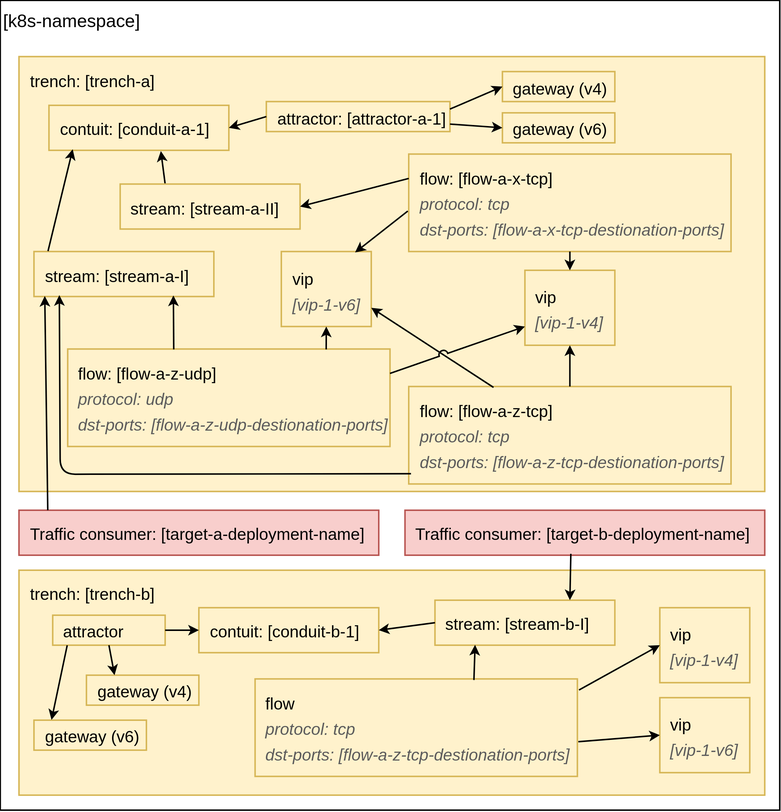
The draw.io diagram docs/resources/Initial-Deployment-E2E.svg in Nordix/Meridio, before a commit. Source tidied: cells renumbered, new cells last; positions are measured from the earlier drawing's top-left corner, leaving out a move shared by most shapes. Its diagram source:
```xml
<mxGraphModel>
  <root>
    <mxCell id="0" />
    <mxCell id="1" parent="0" />
    <mxCell id="2" value="[k8s-namespace]" style="rounded=0;whiteSpace=wrap;html=1;verticalAlign=top;align=left;" parent="1" vertex="1">
      <mxGeometry width="520" height="540" as="geometry" />
    </mxCell>
    <mxCell id="3" value="&lt;span style=&quot;font-size: 11px;&quot;&gt;Traffic consumer: [target-a-deployment-name]&amp;nbsp;&lt;/span&gt;" style="rounded=0;whiteSpace=wrap;html=1;labelBackgroundColor=none;fontSize=14;align=left;fillColor=#f8cecc;strokeColor=#b85450;verticalAlign=middle;spacingLeft=5;" parent="1" vertex="1">
      <mxGeometry x="12.5" y="340" width="240" height="30" as="geometry" />
    </mxCell>
    <mxCell id="4" value="&lt;span style=&quot;font-size: 11px;&quot;&gt;Traffic consumer: [target-b-deployment-name]&amp;nbsp;&lt;/span&gt;" style="rounded=0;whiteSpace=wrap;html=1;labelBackgroundColor=none;fontSize=14;align=left;fillColor=#f8cecc;strokeColor=#b85450;verticalAlign=middle;spacingLeft=5;" parent="1" vertex="1">
      <mxGeometry x="270" y="340" width="240" height="30" as="geometry" />
    </mxCell>
    <mxCell id="5" value="&lt;font style=&quot;font-size: 11px&quot;&gt;trench: [trench-b]&lt;br&gt;&lt;/font&gt;" style="rounded=0;whiteSpace=wrap;html=1;labelBackgroundColor=none;fontSize=14;align=left;fillColor=#fff2cc;strokeColor=#d6b656;verticalAlign=top;spacingLeft=5;" parent="1" vertex="1">
      <mxGeometry x="12.5" y="380" width="497.5" height="150" as="geometry" />
    </mxCell>
    <mxCell id="6" value="&lt;font style=&quot;font-size: 11px&quot;&gt;contuit: [conduit-b-1]&lt;br&gt;&lt;/font&gt;" style="rounded=0;whiteSpace=wrap;html=1;labelBackgroundColor=none;fontSize=14;align=left;fillColor=#fff2cc;strokeColor=#d6b656;verticalAlign=middle;spacingLeft=5;" parent="1" vertex="1">
      <mxGeometry x="132.5" y="405" width="120" height="30" as="geometry" />
    </mxCell>
    <mxCell id="7" value="&lt;font style=&quot;font-size: 11px&quot;&gt;stream: [stream-b-I]&lt;br&gt;&lt;/font&gt;" style="rounded=0;whiteSpace=wrap;html=1;labelBackgroundColor=none;fontSize=14;align=left;fillColor=#fff2cc;strokeColor=#d6b656;verticalAlign=middle;spacingLeft=5;" parent="1" vertex="1">
      <mxGeometry x="290" y="400" width="120" height="30" as="geometry" />
    </mxCell>
    <mxCell id="8" value="&lt;font style=&quot;font-size: 11px&quot;&gt;flow&lt;br&gt;&lt;i&gt;&lt;font color=&quot;#5c5c5c&quot;&gt;protocol: tcp&lt;br&gt;dst-ports: [flow-a-z-tcp-destionation-ports]&lt;/font&gt;&lt;/i&gt;&lt;br&gt;&lt;/font&gt;" style="rounded=0;whiteSpace=wrap;html=1;labelBackgroundColor=none;fontSize=14;align=left;fillColor=#fff2cc;strokeColor=#d6b656;verticalAlign=middle;spacingLeft=5;" parent="1" vertex="1">
      <mxGeometry x="170" y="452.5" width="215" height="65" as="geometry" />
    </mxCell>
    <mxCell id="9" value="&lt;font style=&quot;font-size: 11px&quot;&gt;vip&lt;br&gt;&lt;i&gt;&lt;font color=&quot;#5c5c5c&quot;&gt;[vip-1-v4]&lt;/font&gt;&lt;/i&gt;&lt;br&gt;&lt;/font&gt;" style="rounded=0;whiteSpace=wrap;html=1;labelBackgroundColor=none;fontSize=14;align=left;fillColor=#fff2cc;strokeColor=#d6b656;verticalAlign=middle;spacingLeft=5;" parent="1" vertex="1">
      <mxGeometry x="440" y="405" width="60" height="50" as="geometry" />
    </mxCell>
    <mxCell id="10" value="&lt;font style=&quot;font-size: 11px&quot;&gt;vip&lt;br&gt;&lt;i&gt;&lt;font color=&quot;#5c5c5c&quot;&gt;[vip-1-v6]&lt;/font&gt;&lt;/i&gt;&lt;br&gt;&lt;/font&gt;" style="rounded=0;whiteSpace=wrap;html=1;labelBackgroundColor=none;fontSize=14;align=left;fillColor=#fff2cc;strokeColor=#d6b656;verticalAlign=middle;spacingLeft=5;" parent="1" vertex="1">
      <mxGeometry x="440" y="465" width="60" height="50" as="geometry" />
    </mxCell>
    <mxCell id="11" style="endArrow=classic;html=1;rounded=0;endSize=4;jumpStyle=arc;entryX=1;entryY=0.5;entryDx=0;entryDy=0;exitX=0;exitY=0.5;exitDx=0;exitDy=0;fontSize=11;startSize=6;verticalAlign=middle;" parent="1" edge="1" source="7" target="6">
      <mxGeometry relative="1" as="geometry" />
    </mxCell>
    <mxCell id="12" style="endArrow=classic;html=1;rounded=0;endSize=4;jumpStyle=arc;exitX=0.679;exitY=0.011;exitDx=0;exitDy=0;fontSize=11;startSize=6;exitPerimeter=0;entryX=0.223;entryY=0.992;entryDx=0;entryDy=0;entryPerimeter=0;verticalAlign=middle;" parent="1" edge="1" source="8" target="7">
      <mxGeometry relative="1" as="geometry" />
    </mxCell>
    <mxCell id="13" style="endArrow=classic;html=1;rounded=0;endSize=4;jumpStyle=arc;exitX=1.005;exitY=0.114;exitDx=0;exitDy=0;fontSize=11;startSize=6;entryX=0;entryY=0.5;entryDx=0;entryDy=0;exitPerimeter=0;verticalAlign=middle;" parent="1" edge="1" source="8" target="9">
      <mxGeometry relative="1" as="geometry" />
    </mxCell>
    <mxCell id="14" style="endArrow=classic;html=1;rounded=0;endSize=4;jumpStyle=arc;exitX=1.003;exitY=0.644;exitDx=0;exitDy=0;fontSize=11;startSize=6;entryX=0;entryY=0.5;entryDx=0;entryDy=0;exitPerimeter=0;verticalAlign=middle;" parent="1" edge="1" source="8" target="10">
      <mxGeometry relative="1" as="geometry" />
    </mxCell>
    <mxCell id="15" value="&lt;font style=&quot;font-size: 11px&quot;&gt;gateway (v4)&lt;br&gt;&lt;/font&gt;" style="rounded=0;whiteSpace=wrap;html=1;labelBackgroundColor=none;fontSize=14;align=left;fillColor=#fff2cc;strokeColor=#d6b656;verticalAlign=middle;spacingLeft=5;" parent="1" vertex="1">
      <mxGeometry x="57.5" y="450" width="75" height="20" as="geometry" />
    </mxCell>
    <mxCell id="16" value="&lt;font style=&quot;font-size: 11px&quot;&gt;gateway (v6)&lt;br&gt;&lt;/font&gt;" style="rounded=0;whiteSpace=wrap;html=1;labelBackgroundColor=none;fontSize=14;align=left;fillColor=#fff2cc;strokeColor=#d6b656;verticalAlign=middle;spacingLeft=5;" parent="1" vertex="1">
      <mxGeometry x="22.5" y="480" width="75" height="20" as="geometry" />
    </mxCell>
    <mxCell id="17" value="&lt;font style=&quot;font-size: 11px&quot;&gt;attractor&lt;br&gt;&lt;/font&gt;" style="rounded=0;whiteSpace=wrap;html=1;labelBackgroundColor=none;fontSize=14;align=left;fillColor=#fff2cc;strokeColor=#d6b656;verticalAlign=middle;spacingLeft=5;" parent="1" vertex="1">
      <mxGeometry x="35" y="410" width="75" height="20" as="geometry" />
    </mxCell>
    <mxCell id="18" style="endArrow=classic;html=1;rounded=0;endSize=4;jumpStyle=arc;entryX=0;entryY=0.5;entryDx=0;entryDy=0;exitX=1;exitY=0.5;exitDx=0;exitDy=0;fontSize=11;startSize=6;verticalAlign=middle;" parent="1" edge="1" source="17" target="6">
      <mxGeometry relative="1" as="geometry" />
    </mxCell>
    <mxCell id="19" style="endArrow=classic;html=1;rounded=0;endSize=4;jumpStyle=arc;entryX=0.156;entryY=-0.009;entryDx=0;entryDy=0;exitX=0.129;exitY=1.003;exitDx=0;exitDy=0;fontSize=11;startSize=6;exitPerimeter=0;entryPerimeter=0;verticalAlign=middle;" parent="1" edge="1" source="17" target="16">
      <mxGeometry relative="1" as="geometry" />
    </mxCell>
    <mxCell id="20" style="endArrow=classic;html=1;rounded=0;endSize=4;jumpStyle=arc;entryX=0.25;entryY=0;entryDx=0;entryDy=0;exitX=0.5;exitY=1;exitDx=0;exitDy=0;fontSize=11;startSize=6;verticalAlign=middle;" parent="1" edge="1" source="17" target="15">
      <mxGeometry relative="1" as="geometry" />
    </mxCell>
    <mxCell id="21" style="endArrow=classic;html=1;rounded=0;endSize=4;jumpStyle=arc;exitX=0.461;exitY=0.969;exitDx=0;exitDy=0;fontSize=11;startSize=6;exitPerimeter=0;entryX=0.75;entryY=0;entryDx=0;entryDy=0;verticalAlign=middle;" parent="1" edge="1" source="4" target="7">
      <mxGeometry relative="1" as="geometry" />
    </mxCell>
    <mxCell id="22" value="&lt;font style=&quot;font-size: 11px&quot;&gt;trench: [trench-a]&lt;br&gt;&lt;/font&gt;" style="rounded=0;whiteSpace=wrap;html=1;labelBackgroundColor=none;fontSize=14;align=left;fillColor=#fff2cc;strokeColor=#d6b656;verticalAlign=top;spacingLeft=5;" parent="1" vertex="1">
      <mxGeometry x="12.5" y="37.5" width="497.5" height="290" as="geometry" />
    </mxCell>
    <mxCell id="23" value="&lt;font style=&quot;font-size: 11px&quot;&gt;contuit: [conduit-a-1]&lt;br&gt;&lt;/font&gt;" style="rounded=0;whiteSpace=wrap;html=1;labelBackgroundColor=none;fontSize=14;align=left;fillColor=#fff2cc;strokeColor=#d6b656;verticalAlign=middle;spacingLeft=5;" parent="1" vertex="1">
      <mxGeometry x="32.5" y="70" width="120" height="30" as="geometry" />
    </mxCell>
    <mxCell id="24" value="&lt;font style=&quot;font-size: 11px&quot;&gt;stream: [stream-a-I]&lt;br&gt;&lt;/font&gt;" style="rounded=0;whiteSpace=wrap;html=1;labelBackgroundColor=none;fontSize=14;align=left;fillColor=#fff2cc;strokeColor=#d6b656;verticalAlign=middle;spacingLeft=5;" parent="1" vertex="1">
      <mxGeometry x="22.5" y="167.5" width="120" height="30" as="geometry" />
    </mxCell>
    <mxCell id="25" value="&lt;font style=&quot;font-size: 11px&quot;&gt;flow: [flow-a-z-tcp]&lt;br&gt;&lt;i&gt;&lt;font color=&quot;#5c5c5c&quot;&gt;protocol: tcp&lt;br&gt;dst-ports: [flow-a-z-tcp-destionation-ports]&lt;/font&gt;&lt;/i&gt;&lt;br&gt;&lt;/font&gt;" style="rounded=0;whiteSpace=wrap;html=1;labelBackgroundColor=none;fontSize=14;align=left;fillColor=#fff2cc;strokeColor=#d6b656;verticalAlign=middle;spacingLeft=5;" parent="1" vertex="1">
      <mxGeometry x="272.5" y="257.5" width="215" height="65" as="geometry" />
    </mxCell>
    <mxCell id="26" value="&lt;font style=&quot;font-size: 11px&quot;&gt;vip&lt;br&gt;&lt;i&gt;&lt;font color=&quot;#5c5c5c&quot;&gt;[vip-1-v4]&lt;/font&gt;&lt;/i&gt;&lt;br&gt;&lt;/font&gt;" style="rounded=0;whiteSpace=wrap;html=1;labelBackgroundColor=none;fontSize=14;align=left;fillColor=#fff2cc;strokeColor=#d6b656;verticalAlign=middle;spacingLeft=5;" parent="1" vertex="1">
      <mxGeometry x="350" y="180" width="60" height="50" as="geometry" />
    </mxCell>
    <mxCell id="27" value="&lt;font style=&quot;font-size: 11px&quot;&gt;vip&lt;br&gt;&lt;i&gt;&lt;font color=&quot;#5c5c5c&quot;&gt;[vip-1-v6]&lt;/font&gt;&lt;/i&gt;&lt;br&gt;&lt;/font&gt;" style="rounded=0;whiteSpace=wrap;html=1;labelBackgroundColor=none;fontSize=14;align=left;fillColor=#fff2cc;strokeColor=#d6b656;verticalAlign=middle;spacingLeft=5;" parent="1" vertex="1">
      <mxGeometry x="187.5" y="167.5" width="60" height="50" as="geometry" />
    </mxCell>
    <mxCell id="28" value="&lt;font style=&quot;font-size: 11px&quot;&gt;flow: [flow-a-z-udp]&lt;br&gt;&lt;i&gt;&lt;font color=&quot;#5c5c5c&quot;&gt;protocol: udp&lt;br&gt;dst-ports: [flow-a-z-udp-destionation-ports]&lt;/font&gt;&lt;/i&gt;&lt;br&gt;&lt;/font&gt;" style="rounded=0;whiteSpace=wrap;html=1;labelBackgroundColor=none;fontSize=14;align=left;fillColor=#fff2cc;strokeColor=#d6b656;verticalAlign=middle;spacingLeft=5;" parent="1" vertex="1">
      <mxGeometry x="45" y="232.5" width="215" height="65" as="geometry" />
    </mxCell>
    <mxCell id="29" value="&lt;font style=&quot;font-size: 11px&quot;&gt;flow: [flow-a-x-tcp]&lt;br&gt;&lt;i&gt;&lt;font color=&quot;#5c5c5c&quot;&gt;protocol: tcp&lt;br&gt;dst-ports: [flow-a-x-tcp-destionation-ports]&lt;/font&gt;&lt;/i&gt;&lt;br&gt;&lt;/font&gt;" style="rounded=0;whiteSpace=wrap;html=1;labelBackgroundColor=none;fontSize=14;align=left;fillColor=#fff2cc;strokeColor=#d6b656;verticalAlign=middle;spacingLeft=5;" parent="1" vertex="1">
      <mxGeometry x="272.5" y="102.5" width="215" height="65" as="geometry" />
    </mxCell>
    <mxCell id="30" style="endArrow=classic;html=1;rounded=0;endSize=4;jumpStyle=arc;entryX=0.132;entryY=0.977;entryDx=0;entryDy=0;exitX=0.078;exitY=-0.01;exitDx=0;exitDy=0;fontSize=11;startSize=6;entryPerimeter=0;exitPerimeter=0;verticalAlign=middle;" parent="1" edge="1" source="24" target="23">
      <mxGeometry relative="1" as="geometry" />
    </mxCell>
    <mxCell id="31" style="endArrow=classic;html=1;rounded=0;endSize=4;jumpStyle=arc;entryX=0.622;entryY=1.017;entryDx=0;entryDy=0;exitX=0.25;exitY=0;exitDx=0;exitDy=0;fontSize=11;startSize=6;entryPerimeter=0;verticalAlign=middle;" parent="1" edge="1" source="44" target="23">
      <mxGeometry relative="1" as="geometry" />
    </mxCell>
    <mxCell id="32" style="endArrow=classic;html=1;rounded=1;endSize=4;jumpStyle=arc;exitX=0.007;exitY=0.895;exitDx=0;exitDy=0;fontSize=11;startSize=6;entryX=0.141;entryY=0.969;entryDx=0;entryDy=0;exitPerimeter=0;entryPerimeter=0;verticalAlign=middle;" parent="1" edge="1" source="25" target="24">
      <mxGeometry relative="1" as="geometry">
        <Array as="points">
          <mxPoint x="40" y="316" />
        </Array>
      </mxGeometry>
    </mxCell>
    <mxCell id="33" style="endArrow=classic;html=1;rounded=0;endSize=4;jumpStyle=arc;exitX=0.5;exitY=0;exitDx=0;exitDy=0;fontSize=11;startSize=6;entryX=0.5;entryY=1;entryDx=0;entryDy=0;verticalAlign=middle;" parent="1" edge="1" source="25" target="26">
      <mxGeometry relative="1" as="geometry" />
    </mxCell>
    <mxCell id="34" style="endArrow=classic;html=1;rounded=0;endSize=4;jumpStyle=arc;exitX=0.263;exitY=0.009;exitDx=0;exitDy=0;fontSize=11;startSize=6;entryX=1;entryY=0.75;entryDx=0;entryDy=0;exitPerimeter=0;verticalAlign=middle;" parent="1" edge="1" source="25" target="27">
      <mxGeometry relative="1" as="geometry" />
    </mxCell>
    <mxCell id="35" style="endArrow=classic;html=1;rounded=0;endSize=4;jumpStyle=arc;exitX=1;exitY=0.25;exitDx=0;exitDy=0;fontSize=11;startSize=6;entryX=0;entryY=0.75;entryDx=0;entryDy=0;verticalAlign=middle;" parent="1" edge="1" source="28" target="26">
      <mxGeometry relative="1" as="geometry" />
    </mxCell>
    <mxCell id="36" style="endArrow=classic;html=1;rounded=0;endSize=4;jumpStyle=arc;exitX=0.802;exitY=0.004;exitDx=0;exitDy=0;fontSize=11;startSize=6;entryX=0.5;entryY=1;entryDx=0;entryDy=0;exitPerimeter=0;verticalAlign=middle;" parent="1" edge="1" source="28" target="27">
      <mxGeometry relative="1" as="geometry" />
    </mxCell>
    <mxCell id="37" style="endArrow=classic;html=1;rounded=0;endSize=4;jumpStyle=arc;exitX=-0.003;exitY=0.585;exitDx=0;exitDy=0;fontSize=11;startSize=6;entryX=0.82;entryY=0.012;entryDx=0;entryDy=0;exitPerimeter=0;entryPerimeter=0;verticalAlign=middle;" parent="1" edge="1" source="29" target="27">
      <mxGeometry relative="1" as="geometry" />
    </mxCell>
    <mxCell id="38" value="&lt;font style=&quot;font-size: 11px&quot;&gt;gateway (v4)&lt;br&gt;&lt;/font&gt;" style="rounded=0;whiteSpace=wrap;html=1;labelBackgroundColor=none;fontSize=14;align=left;fillColor=#fff2cc;strokeColor=#d6b656;verticalAlign=middle;spacingLeft=5;" parent="1" vertex="1">
      <mxGeometry x="335" y="47.5" width="75" height="20" as="geometry" />
    </mxCell>
    <mxCell id="39" value="&lt;font style=&quot;font-size: 11px&quot;&gt;gateway (v6)&lt;br&gt;&lt;/font&gt;" style="rounded=0;whiteSpace=wrap;html=1;labelBackgroundColor=none;fontSize=14;align=left;fillColor=#fff2cc;strokeColor=#d6b656;verticalAlign=middle;spacingLeft=5;" parent="1" vertex="1">
      <mxGeometry x="335" y="75" width="75" height="20" as="geometry" />
    </mxCell>
    <mxCell id="40" value="&lt;font style=&quot;font-size: 11px&quot;&gt;attractor: [attractor-a-1]&lt;br&gt;&lt;/font&gt;" style="rounded=0;whiteSpace=wrap;html=1;labelBackgroundColor=none;fontSize=14;align=left;fillColor=#fff2cc;strokeColor=#d6b656;verticalAlign=middle;spacingLeft=5;" parent="1" vertex="1">
      <mxGeometry x="177.5" y="67.5" width="122.5" height="20" as="geometry" />
    </mxCell>
    <mxCell id="41" style="endArrow=classic;html=1;rounded=0;endSize=4;jumpStyle=arc;entryX=1;entryY=0.5;entryDx=0;entryDy=0;exitX=0;exitY=0.5;exitDx=0;exitDy=0;fontSize=11;startSize=6;verticalAlign=middle;" parent="1" edge="1" source="40" target="23">
      <mxGeometry relative="1" as="geometry" />
    </mxCell>
    <mxCell id="42" style="endArrow=classic;html=1;rounded=0;endSize=4;jumpStyle=arc;entryX=0;entryY=0.5;entryDx=0;entryDy=0;exitX=1;exitY=0.75;exitDx=0;exitDy=0;fontSize=11;startSize=6;verticalAlign=middle;" parent="1" edge="1" source="40" target="39">
      <mxGeometry relative="1" as="geometry" />
    </mxCell>
    <mxCell id="43" style="endArrow=classic;html=1;rounded=0;endSize=4;jumpStyle=arc;entryX=0;entryY=0.5;entryDx=0;entryDy=0;exitX=1;exitY=0.25;exitDx=0;exitDy=0;fontSize=11;startSize=6;verticalAlign=middle;" parent="1" edge="1" source="40" target="38">
      <mxGeometry relative="1" as="geometry" />
    </mxCell>
    <mxCell id="44" value="&lt;font style=&quot;font-size: 11px&quot;&gt;stream: [stream-a-II]&lt;br&gt;&lt;/font&gt;" style="rounded=0;whiteSpace=wrap;html=1;labelBackgroundColor=none;fontSize=14;align=left;fillColor=#fff2cc;strokeColor=#d6b656;verticalAlign=middle;spacingLeft=5;" parent="1" vertex="1">
      <mxGeometry x="80" y="122.5" width="120" height="30" as="geometry" />
    </mxCell>
    <mxCell id="45" style="endArrow=classic;html=1;rounded=0;endSize=4;jumpStyle=arc;exitX=0;exitY=0.25;exitDx=0;exitDy=0;fontSize=11;startSize=6;entryX=1;entryY=0.5;entryDx=0;entryDy=0;verticalAlign=middle;" parent="1" edge="1" source="29" target="44">
      <mxGeometry relative="1" as="geometry" />
    </mxCell>
    <mxCell id="46" style="endArrow=classic;html=1;rounded=0;endSize=4;jumpStyle=arc;exitX=0.5;exitY=1;exitDx=0;exitDy=0;fontSize=11;startSize=6;entryX=0.5;entryY=0;entryDx=0;entryDy=0;verticalAlign=middle;" parent="1" edge="1" source="29" target="26">
      <mxGeometry relative="1" as="geometry" />
    </mxCell>
    <mxCell id="47" style="endArrow=classic;html=1;rounded=0;endSize=4;jumpStyle=arc;fontSize=11;startSize=6;entryX=0.775;entryY=0.977;entryDx=0;entryDy=0;entryPerimeter=0;exitX=0.329;exitY=0.004;exitDx=0;exitDy=0;exitPerimeter=0;verticalAlign=middle;" parent="1" edge="1" source="28" target="24">
      <mxGeometry relative="1" as="geometry" />
    </mxCell>
    <mxCell id="48" style="endArrow=classic;html=1;rounded=0;endSize=4;jumpStyle=arc;fontSize=11;startSize=6;entryX=0.06;entryY=0.988;entryDx=0;entryDy=0;entryPerimeter=0;exitX=0.08;exitY=0;exitDx=0;exitDy=0;exitPerimeter=0;verticalAlign=middle;" parent="1" edge="1" source="3" target="24">
      <mxGeometry relative="1" as="geometry" />
    </mxCell>
  </root>
</mxGraphModel>
```
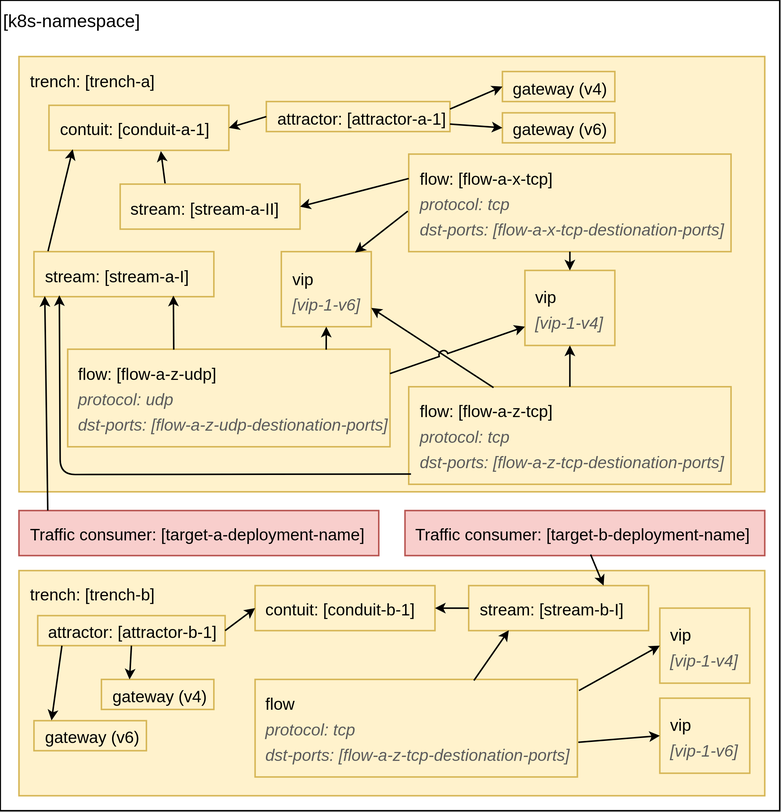
The same diagram one commit later.

What changed in the source:
```diff
@@ -15,10 +15,10 @@
       <mxGeometry x="12.5" y="380" width="497.5" height="150" as="geometry" />
     </mxCell>
     <mxCell id="6" value="&lt;font style=&quot;font-size: 11px&quot;&gt;contuit: [conduit-b-1]&lt;br&gt;&lt;/font&gt;" style="rounded=0;whiteSpace=wrap;html=1;labelBackgroundColor=none;fontSize=14;align=left;fillColor=#fff2cc;strokeColor=#d6b656;verticalAlign=middle;spacingLeft=5;" parent="1" vertex="1">
-      <mxGeometry x="132.5" y="405" width="120" height="30" as="geometry" />
+      <mxGeometry x="170" y="390" width="120" height="30" as="geometry" />
     </mxCell>
     <mxCell id="7" value="&lt;font style=&quot;font-size: 11px&quot;&gt;stream: [stream-b-I]&lt;br&gt;&lt;/font&gt;" style="rounded=0;whiteSpace=wrap;html=1;labelBackgroundColor=none;fontSize=14;align=left;fillColor=#fff2cc;strokeColor=#d6b656;verticalAlign=middle;spacingLeft=5;" parent="1" vertex="1">
-      <mxGeometry x="290" y="400" width="120" height="30" as="geometry" />
+      <mxGeometry x="312.5" y="390" width="120" height="30" as="geometry" />
     </mxCell>
     <mxCell id="8" value="&lt;font style=&quot;font-size: 11px&quot;&gt;flow&lt;br&gt;&lt;i&gt;&lt;font color=&quot;#5c5c5c&quot;&gt;protocol: tcp&lt;br&gt;dst-ports: [flow-a-z-tcp-destionation-ports]&lt;/font&gt;&lt;/i&gt;&lt;br&gt;&lt;/font&gt;" style="rounded=0;whiteSpace=wrap;html=1;labelBackgroundColor=none;fontSize=14;align=left;fillColor=#fff2cc;strokeColor=#d6b656;verticalAlign=middle;spacingLeft=5;" parent="1" vertex="1">
       <mxGeometry x="170" y="452.5" width="215" height="65" as="geometry" />
@@ -42,13 +42,13 @@
       <mxGeometry relative="1" as="geometry" />
     </mxCell>
     <mxCell id="15" value="&lt;font style=&quot;font-size: 11px&quot;&gt;gateway (v4)&lt;br&gt;&lt;/font&gt;" style="rounded=0;whiteSpace=wrap;html=1;labelBackgroundColor=none;fontSize=14;align=left;fillColor=#fff2cc;strokeColor=#d6b656;verticalAlign=middle;spacingLeft=5;" parent="1" vertex="1">
-      <mxGeometry x="57.5" y="450" width="75" height="20" as="geometry" />
+      <mxGeometry x="67.5" y="452.5" width="75" height="20" as="geometry" />
     </mxCell>
     <mxCell id="16" value="&lt;font style=&quot;font-size: 11px&quot;&gt;gateway (v6)&lt;br&gt;&lt;/font&gt;" style="rounded=0;whiteSpace=wrap;html=1;labelBackgroundColor=none;fontSize=14;align=left;fillColor=#fff2cc;strokeColor=#d6b656;verticalAlign=middle;spacingLeft=5;" parent="1" vertex="1">
       <mxGeometry x="22.5" y="480" width="75" height="20" as="geometry" />
     </mxCell>
-    <mxCell id="17" value="&lt;font style=&quot;font-size: 11px&quot;&gt;attractor&lt;br&gt;&lt;/font&gt;" style="rounded=0;whiteSpace=wrap;html=1;labelBackgroundColor=none;fontSize=14;align=left;fillColor=#fff2cc;strokeColor=#d6b656;verticalAlign=middle;spacingLeft=5;" parent="1" vertex="1">
-      <mxGeometry x="35" y="410" width="75" height="20" as="geometry" />
+    <mxCell id="17" value="&lt;font style=&quot;font-size: 11px&quot;&gt;attractor: [attractor-b-1]&lt;br&gt;&lt;/font&gt;" style="rounded=0;whiteSpace=wrap;html=1;labelBackgroundColor=none;fontSize=14;align=left;fillColor=#fff2cc;strokeColor=#d6b656;verticalAlign=middle;spacingLeft=5;" parent="1" vertex="1">
+      <mxGeometry x="25" y="410" width="125" height="20" as="geometry" />
     </mxCell>
     <mxCell id="18" style="endArrow=classic;html=1;rounded=0;endSize=4;jumpStyle=arc;entryX=0;entryY=0.5;entryDx=0;entryDy=0;exitX=1;exitY=0.5;exitDx=0;exitDy=0;fontSize=11;startSize=6;verticalAlign=middle;" parent="1" edge="1" source="17" target="6">
       <mxGeometry relative="1" as="geometry" />
@@ -59,7 +59,7 @@
     <mxCell id="20" style="endArrow=classic;html=1;rounded=0;endSize=4;jumpStyle=arc;entryX=0.25;entryY=0;entryDx=0;entryDy=0;exitX=0.5;exitY=1;exitDx=0;exitDy=0;fontSize=11;startSize=6;verticalAlign=middle;" parent="1" edge="1" source="17" target="15">
       <mxGeometry relative="1" as="geometry" />
     </mxCell>
-    <mxCell id="21" style="endArrow=classic;html=1;rounded=0;endSize=4;jumpStyle=arc;exitX=0.461;exitY=0.969;exitDx=0;exitDy=0;fontSize=11;startSize=6;exitPerimeter=0;entryX=0.75;entryY=0;entryDx=0;entryDy=0;verticalAlign=middle;" parent="1" edge="1" source="4" target="7">
+    <mxCell id="21" style="endArrow=classic;html=1;rounded=0;endSize=4;jumpStyle=arc;exitX=0.516;exitY=0.978;exitDx=0;exitDy=0;fontSize=11;startSize=6;exitPerimeter=0;entryX=0.75;entryY=0;entryDx=0;entryDy=0;verticalAlign=middle;" parent="1" edge="1" source="4" target="7">
       <mxGeometry relative="1" as="geometry" />
     </mxCell>
     <mxCell id="22" value="&lt;font style=&quot;font-size: 11px&quot;&gt;trench: [trench-a]&lt;br&gt;&lt;/font&gt;" style="rounded=0;whiteSpace=wrap;html=1;labelBackgroundColor=none;fontSize=14;align=left;fillColor=#fff2cc;strokeColor=#d6b656;verticalAlign=top;spacingLeft=5;" parent="1" vertex="1">
```
